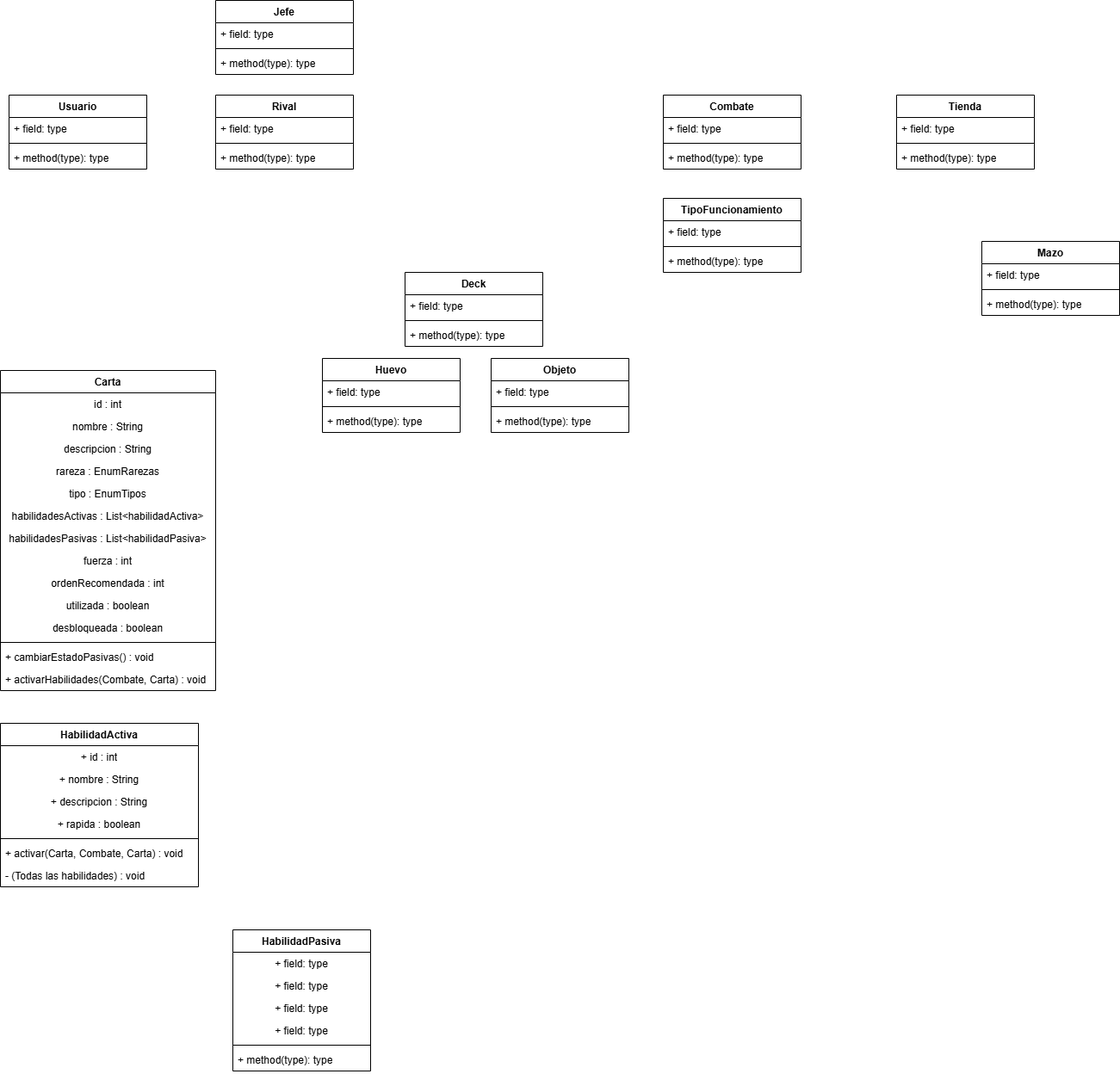
Before: Imagenes/diagrama de clases.drawio.png, a diagram exported from draw.io (gian700/Beastdeck). Source tidied: cells renumbered, new cells last; positions are measured from the earlier drawing's top-left corner, leaving out a move shared by most shapes.
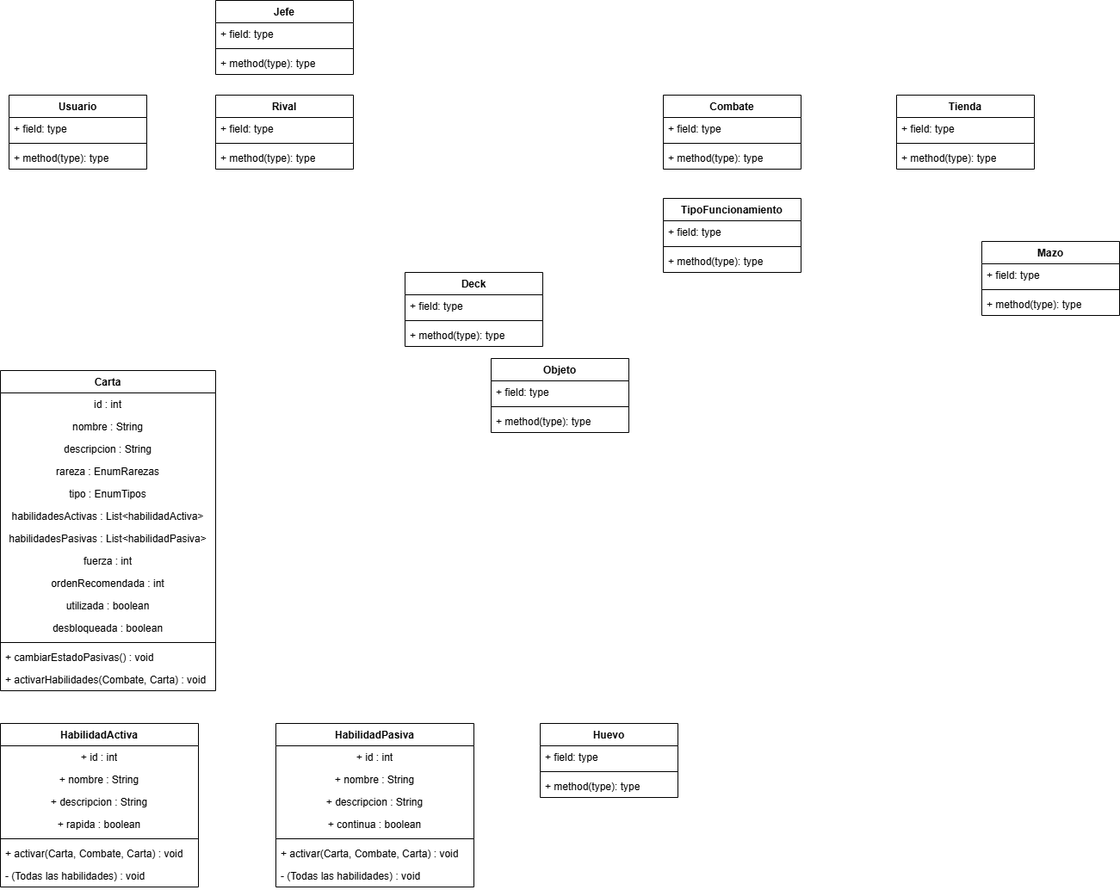
The same file after the commit.

Change to the diagram source:
```diff
@@ -71,27 +71,6 @@
     <mxCell id="24" value="- (Todas las habilidades) : void" style="text;strokeColor=none;fillColor=none;align=left;verticalAlign=top;spacingLeft=4;spacingRight=4;overflow=hidden;whiteSpace=wrap;html=1;" parent="17" vertex="1">
       <mxGeometry y="164" width="230" height="26" as="geometry" />
     </mxCell>
-    <mxCell id="25" value="HabilidadPasiva" style="swimlane;fontStyle=1;align=center;verticalAlign=top;horizontal=1;startSize=26;whiteSpace=wrap;html=1;" parent="1" vertex="1">
-      <mxGeometry x="270" y="1080" width="160" height="164" as="geometry" />
-    </mxCell>
-    <mxCell id="26" value="+ field: type" style="text;strokeColor=none;fillColor=none;align=center;verticalAlign=top;spacingLeft=4;spacingRight=4;overflow=hidden;whiteSpace=wrap;html=1;" parent="25" vertex="1">
-      <mxGeometry y="26" width="160" height="26" as="geometry" />
-    </mxCell>
-    <mxCell id="27" value="+ field: type" style="text;strokeColor=none;fillColor=none;align=center;verticalAlign=top;spacingLeft=4;spacingRight=4;overflow=hidden;whiteSpace=wrap;html=1;" parent="25" vertex="1">
-      <mxGeometry y="52" width="160" height="26" as="geometry" />
-    </mxCell>
-    <mxCell id="28" value="+ field: type" style="text;strokeColor=none;fillColor=none;align=center;verticalAlign=top;spacingLeft=4;spacingRight=4;overflow=hidden;whiteSpace=wrap;html=1;" parent="25" vertex="1">
-      <mxGeometry y="78" width="160" height="26" as="geometry" />
-    </mxCell>
-    <mxCell id="29" value="+ field: type" style="text;strokeColor=none;fillColor=none;align=center;verticalAlign=top;spacingLeft=4;spacingRight=4;overflow=hidden;whiteSpace=wrap;html=1;" parent="25" vertex="1">
-      <mxGeometry y="104" width="160" height="26" as="geometry" />
-    </mxCell>
-    <mxCell id="30" style="line;strokeWidth=1;fillColor=none;align=left;verticalAlign=middle;spacingTop=-1;spacingLeft=3;spacingRight=3;labelPosition=right;strokeColor=inherit;" parent="25" vertex="1">
-      <mxGeometry y="130" width="160" height="8" as="geometry" />
-    </mxCell>
-    <mxCell id="31" value="+ method(type): type" style="text;strokeColor=none;fillColor=none;align=left;verticalAlign=top;spacingLeft=4;spacingRight=4;overflow=hidden;whiteSpace=wrap;html=1;" parent="25" vertex="1">
-      <mxGeometry y="138" width="160" height="26" as="geometry" />
-    </mxCell>
     <mxCell id="32" value="Deck" style="swimlane;fontStyle=1;align=center;verticalAlign=top;horizontal=1;startSize=26;whiteSpace=wrap;html=1;" parent="1" vertex="1">
       <mxGeometry x="470" y="316" width="160" height="86" as="geometry" />
     </mxCell>
@@ -177,7 +156,7 @@
       <mxGeometry y="60" width="160" height="26" as="geometry" />
     </mxCell>
     <mxCell id="60" value="Huevo" style="swimlane;fontStyle=1;align=center;verticalAlign=top;horizontal=1;startSize=26;whiteSpace=wrap;html=1;" parent="1" vertex="1">
-      <mxGeometry x="374" y="416" width="160" height="86" as="geometry" />
+      <mxGeometry x="627" y="840" width="160" height="86" as="geometry" />
     </mxCell>
     <mxCell id="61" value="+ field: type" style="text;strokeColor=none;fillColor=none;align=left;verticalAlign=top;spacingLeft=4;spacingRight=4;overflow=hidden;whiteSpace=wrap;html=1;" parent="60" vertex="1">
       <mxGeometry y="26" width="160" height="26" as="geometry" />
@@ -212,5 +191,29 @@
     <mxCell id="71" value="+ method(type): type" style="text;strokeColor=none;fillColor=none;align=left;verticalAlign=top;spacingLeft=4;spacingRight=4;overflow=hidden;whiteSpace=wrap;html=1;" parent="68" vertex="1">
       <mxGeometry y="60" width="160" height="26" as="geometry" />
     </mxCell>
+    <mxCell id="25" value="HabilidadPasiva" style="swimlane;fontStyle=1;align=center;verticalAlign=top;horizontal=1;startSize=26;whiteSpace=wrap;html=1;" parent="1" vertex="1">
+      <mxGeometry x="320" y="840" width="230" height="190" as="geometry" />
+    </mxCell>
+    <mxCell id="72" value="+ id : int" style="text;strokeColor=none;fillColor=none;align=center;verticalAlign=top;spacingLeft=4;spacingRight=4;overflow=hidden;whiteSpace=wrap;html=1;" parent="25" vertex="1">
+      <mxGeometry y="26" width="230" height="26" as="geometry" />
+    </mxCell>
+    <mxCell id="73" value="+ nombre : String" style="text;strokeColor=none;fillColor=none;align=center;verticalAlign=top;spacingLeft=4;spacingRight=4;overflow=hidden;whiteSpace=wrap;html=1;" parent="25" vertex="1">
+      <mxGeometry y="52" width="230" height="26" as="geometry" />
+    </mxCell>
+    <mxCell id="74" value="+ descripcion : String" style="text;strokeColor=none;fillColor=none;align=center;verticalAlign=top;spacingLeft=4;spacingRight=4;overflow=hidden;whiteSpace=wrap;html=1;" parent="25" vertex="1">
+      <mxGeometry y="78" width="230" height="26" as="geometry" />
+    </mxCell>
+    <mxCell id="75" value="+ continua : boolean" style="text;strokeColor=none;fillColor=none;align=center;verticalAlign=top;spacingLeft=4;spacingRight=4;overflow=hidden;whiteSpace=wrap;html=1;" parent="25" vertex="1">
+      <mxGeometry y="104" width="230" height="26" as="geometry" />
+    </mxCell>
+    <mxCell id="76" style="line;strokeWidth=1;fillColor=none;align=left;verticalAlign=middle;spacingTop=-1;spacingLeft=3;spacingRight=3;labelPosition=right;strokeColor=inherit;" parent="25" vertex="1">
+      <mxGeometry y="130" width="230" height="8" as="geometry" />
+    </mxCell>
+    <mxCell id="77" value="+ activar(Carta, Combate, Carta) : void" style="text;strokeColor=none;fillColor=none;align=left;verticalAlign=top;spacingLeft=4;spacingRight=4;overflow=hidden;whiteSpace=wrap;html=1;" parent="25" vertex="1">
+      <mxGeometry y="138" width="230" height="26" as="geometry" />
+    </mxCell>
+    <mxCell id="78" value="- (Todas las habilidades) : void" style="text;strokeColor=none;fillColor=none;align=left;verticalAlign=top;spacingLeft=4;spacingRight=4;overflow=hidden;whiteSpace=wrap;html=1;" parent="25" vertex="1">
+      <mxGeometry y="164" width="230" height="26" as="geometry" />
+    </mxCell>
   </root>
 </mxGraphModel>
```
